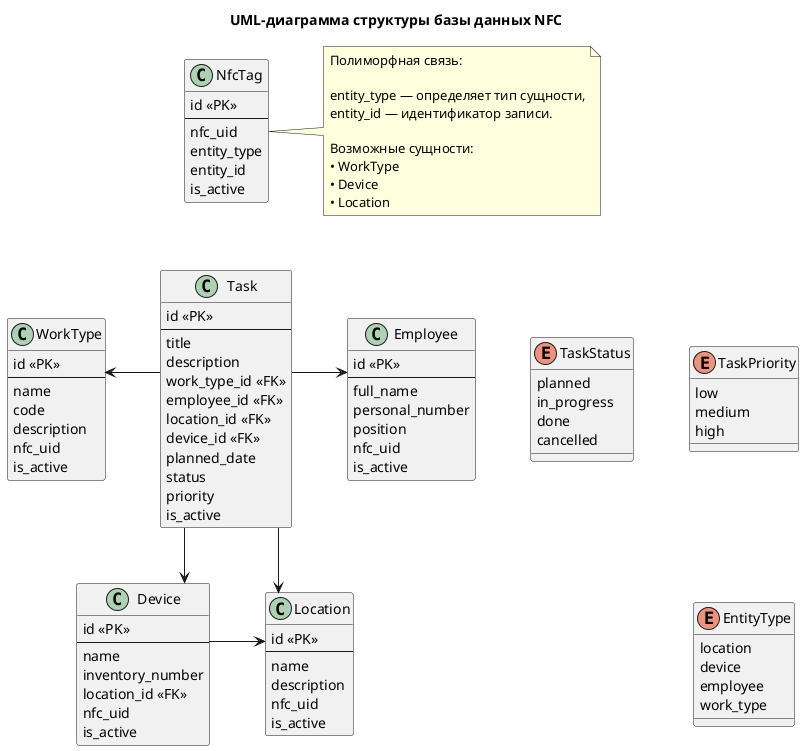
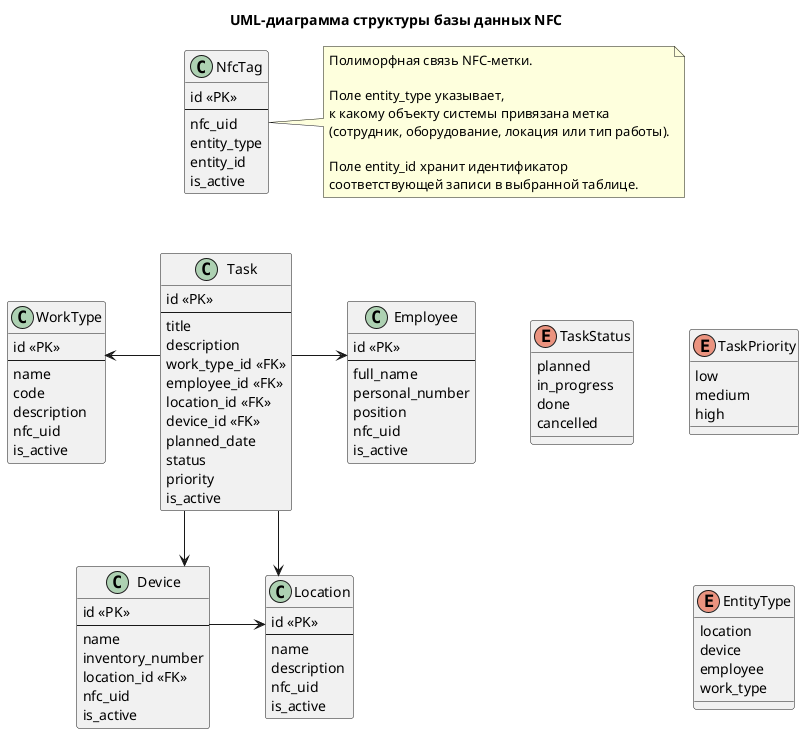
@startuml
title UML-диаграмма структуры базы данных NFC

top to bottom direction

skinparam classAttributeIconSize 0
skinparam linetype ortho
skinparam nodesep 55
skinparam ranksep 55

class NfcTag {
    id <<PK>>
    --
    nfc_uid
    entity_type
    entity_id
    is_active
}

class WorkType {
    id <<PK>>
    --
    name
    code
    description
    nfc_uid
    is_active
}

class Employee {
    id <<PK>>
    --
    full_name
    personal_number
    position
    nfc_uid
    is_active
}

class Task {
    id <<PK>>
    --
    title
    description
    work_type_id <<FK>>
    employee_id <<FK>>
    location_id <<FK>>
    device_id <<FK>>
    planned_date
    status
    priority
    is_active
}

class Device {
    id <<PK>>
    --
    name
    inventory_number
    location_id <<FK>>
    nfc_uid
    is_active
}

class Location {
    id <<PK>>
    --
    name
    description
    nfc_uid
    is_active
}

enum TaskStatus {
    planned
    in_progress
    done
    cancelled
}

enum TaskPriority {
    low
    medium
    high
}

enum EntityType {
    location
    device
    employee
    work_type
}

Task -left-> WorkType
Task -right-> Employee
Task -down-> Device
Task -down-> Location

Device -right-> Location

note right of NfcTag
-   Полиморфная связь:
+   Полиморфная связь NFC-метки.

-   entity_type — определяет тип сущности,
-   entity_id — идентификатор записи.
+   Поле entity_type указывает,
+   к какому объекту системы привязана метка
+   (сотрудник, оборудование, локация или тип работы).

-   Возможные сущности:
-   • WorkType
-   • Device
-   • Location
+   Поле entity_id хранит идентификатор
+   соответствующей записи в выбранной таблице.
end note

WorkType -[hidden]right-> Task
Task -[hidden]right-> Employee

Device -[hidden]right-> Location

NfcTag -[hidden]down-> Task
WorkType -[hidden]down-> Device
Employee -[hidden]down-> Location

TaskStatus -[hidden]right-> TaskPriority
TaskPriority -[hidden]down-> EntityType

Employee -[hidden]right-> TaskStatus

@enduml